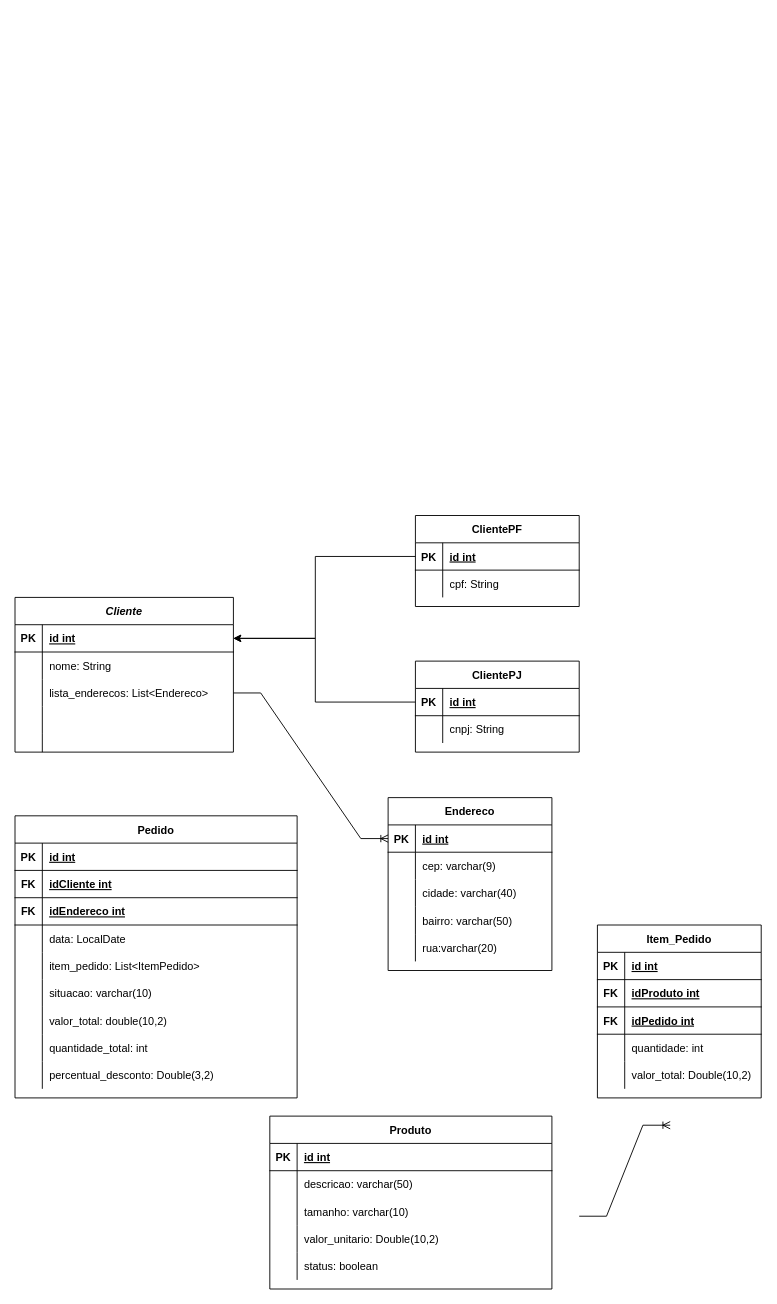
ambrosiaandrade/proway-vissemodas keeps this draw.io diagram as outros-documentos/mer_atualizado.drawio. Above is the earlier version. Source tidied: cells renumbered, new cells numbered last; positions are measured from the earlier drawing's top-left corner, leaving out a move shared by most shapes. Both pictures are drawn from the tidied source at 91%, with x=0, y=0 at pixel (15, 515).
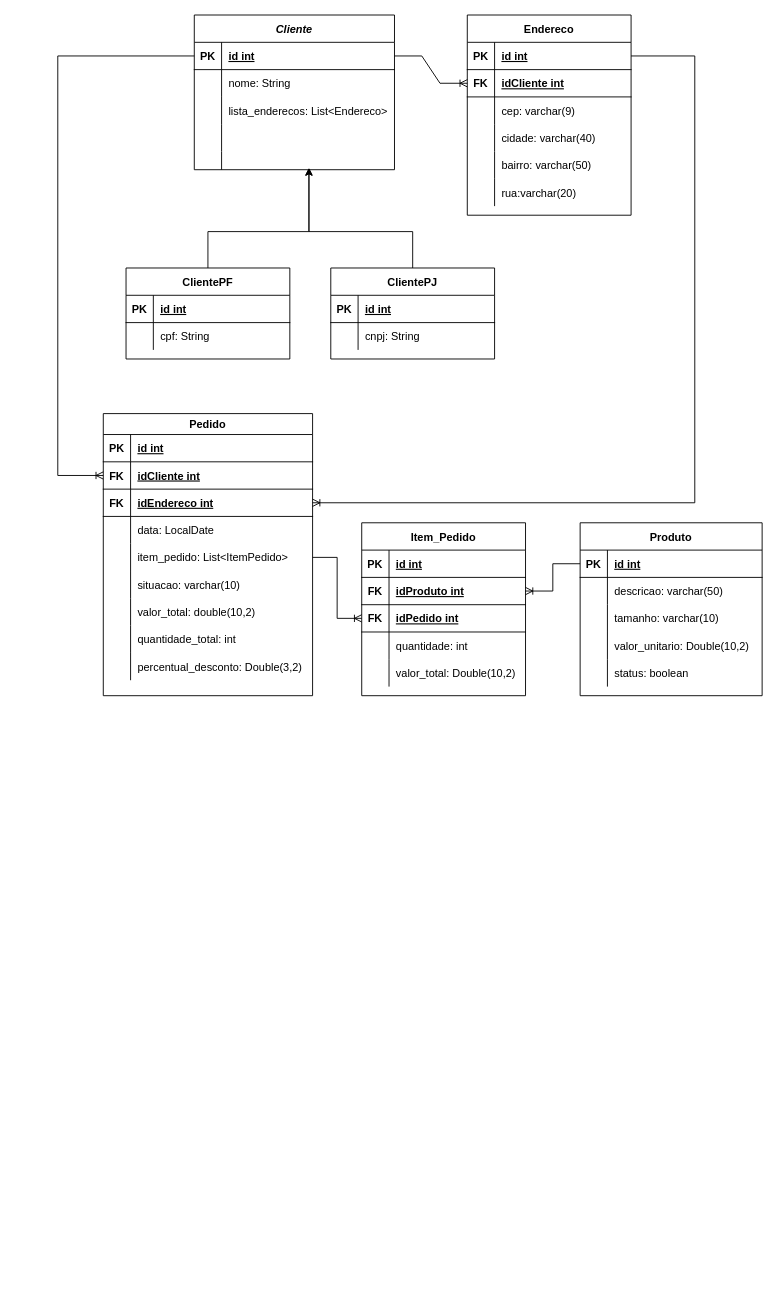
The same page after the edit.

Unchanged cells that the change refers to:
```xml
<mxCell id="50" style="shape=partialRectangle;fillColor=none;top=0;left=0;bottom=1;right=0;points=[[0,0.5],[1,0.5]];portConstraint=eastwest;" parent="46" vertex="1">
  <mxGeometry y="60" width="180" height="30" as="geometry" />
</mxCell>
<mxCell id="53" style="shape=partialRectangle;fillColor=none;top=0;left=0;bottom=1;right=0;points=[[0,0.5],[1,0.5]];portConstraint=eastwest;" parent="46" vertex="1">
  <mxGeometry y="90" width="180" height="30" as="geometry" />
</mxCell>
<mxCell id="63" style="shape=partialRectangle;fillColor=none;top=0;left=0;bottom=1;right=0;points=[[0,0.5],[1,0.5]];portConstraint=eastwest;" parent="62" vertex="1">
  <mxGeometry y="30" width="180" height="30" as="geometry" />
</mxCell>
<mxCell id="97" style="shape=partialRectangle;fillColor=none;top=0;left=0;bottom=1;right=0;points=[[0,0.5],[1,0.5]];portConstraint=eastwest;" parent="96" vertex="1">
  <mxGeometry y="30" width="180" height="30" as="geometry" />
</mxCell>
<mxCell id="104" style="shape=partialRectangle;fillColor=none;top=0;left=0;bottom=1;right=0;points=[[0,0.5],[1,0.5]];portConstraint=eastwest;" parent="103" vertex="1">
  <mxGeometry y="30" width="180" height="30" as="geometry" />
</mxCell>
```

Change to the diagram source:
```diff
@@
     <mxCell id="2" value="Produto" style="shape=table;startSize=30;childLayout=tableLayout;rowLines=0;fontStyle=1;align=center;" parent="1" vertex="1">
-      <mxGeometry x="280" y="660" width="310" height="190" as="geometry" />
+      <mxGeometry x="621" y="8" width="200" height="190" as="geometry" />
     </mxCell>
     <mxCell id="3" style="shape=partialRectangle;fillColor=none;top=0;left=0;bottom=1;right=0;points=[[0,0.5],[1,0.5]];portConstraint=eastwest;" parent="2" vertex="1">
-      <mxGeometry y="30" width="310" height="30" as="geometry" />
+      <mxGeometry y="30" width="200" height="30" as="geometry" />
     </mxCell>
@@
     <mxCell id="5" value="id int" style="shape=partialRectangle;fillColor=none;top=0;left=0;bottom=0;right=0;align=left;spacingLeft=6;fontStyle=5;overflow=hidden;" parent="3" vertex="1">
-      <mxGeometry x="30" width="280" height="30" as="geometry" />
+      <mxGeometry x="30" width="170" height="30" as="geometry" />
     </mxCell>
     <mxCell id="6" style="shape=partialRectangle;fillColor=none;top=0;left=0;bottom=0;right=0;" parent="2" vertex="1">
-      <mxGeometry y="60" width="310" height="30" as="geometry" />
+      <mxGeometry y="60" width="200" height="30" as="geometry" />
     </mxCell>
@@
     <mxCell id="8" value="descricao: varchar(50)" style="shape=partialRectangle;fillColor=none;top=0;left=0;bottom=0;right=0;align=left;spacingLeft=6;overflow=hidden;" parent="6" vertex="1">
-      <mxGeometry x="30" width="280" height="30" as="geometry" />
+      <mxGeometry x="30" width="170" height="30" as="geometry" />
     </mxCell>
     <mxCell id="9" style="shape=partialRectangle;fillColor=none;top=0;left=0;bottom=0;right=0;" parent="2" vertex="1">
-      <mxGeometry y="90" width="310" height="30" as="geometry" />
+      <mxGeometry y="90" width="200" height="30" as="geometry" />
     </mxCell>
@@
     <mxCell id="11" value="tamanho: varchar(10)" style="shape=partialRectangle;fillColor=none;top=0;left=0;bottom=0;right=0;align=left;spacingLeft=6;overflow=hidden;" parent="9" vertex="1">
-      <mxGeometry x="30" width="280" height="30" as="geometry" />
+      <mxGeometry x="30" width="170" height="30" as="geometry" />
     </mxCell>
     <mxCell id="12" style="shape=partialRectangle;fillColor=none;top=0;left=0;bottom=0;right=0;" parent="2" vertex="1">
-      <mxGeometry y="120" width="310" height="30" as="geometry" />
+      <mxGeometry y="120" width="200" height="30" as="geometry" />
     </mxCell>
@@
     <mxCell id="14" value="valor_unitario: Double(10,2)" style="shape=partialRectangle;fillColor=none;top=0;left=0;bottom=0;right=0;align=left;spacingLeft=6;overflow=hidden;" parent="12" vertex="1">
-      <mxGeometry x="30" width="280" height="30" as="geometry" />
+      <mxGeometry x="30" width="170" height="30" as="geometry" />
     </mxCell>
     <mxCell id="15" style="shape=partialRectangle;fillColor=none;top=0;left=0;bottom=0;right=0;" parent="2" vertex="1">
-      <mxGeometry y="150" width="310" height="30" as="geometry" />
+      <mxGeometry y="150" width="200" height="30" as="geometry" />
     </mxCell>
@@
     <mxCell id="17" value="status: boolean" style="shape=partialRectangle;fillColor=none;top=0;left=0;bottom=0;right=0;align=left;spacingLeft=6;overflow=hidden;" parent="15" vertex="1">
-      <mxGeometry x="30" width="280" height="30" as="geometry" />
+      <mxGeometry x="30" width="170" height="30" as="geometry" />
     </mxCell>
-    <mxCell id="18" value="Pedido" style="shape=table;startSize=30;childLayout=tableLayout;rowLines=0;fontStyle=1;align=center;" parent="1" vertex="1">
-      <mxGeometry y="330" width="310" height="310" as="geometry" />
+    <mxCell id="18" value="Pedido" style="shape=table;startSize=23;childLayout=tableLayout;rowLines=0;fontStyle=1;align=center;" parent="1" vertex="1">
+      <mxGeometry x="97" y="-112" width="230" height="310" as="geometry" />
     </mxCell>
     <mxCell id="19" style="shape=partialRectangle;fillColor=none;top=0;left=0;bottom=1;right=0;" parent="18" vertex="1">
-      <mxGeometry y="30" width="310" height="30" as="geometry" />
+      <mxGeometry y="23" width="230" height="30" as="geometry" />
     </mxCell>
@@
     <mxCell id="21" value="id int" style="shape=partialRectangle;fillColor=none;top=0;left=0;bottom=0;right=0;align=left;spacingLeft=6;fontStyle=5;overflow=hidden;" parent="19" vertex="1">
-      <mxGeometry x="30" width="280" height="30" as="geometry" />
+      <mxGeometry x="30" width="200" height="30" as="geometry" />
     </mxCell>
     <mxCell id="22" style="shape=partialRectangle;fillColor=none;top=0;left=0;bottom=1;right=0;points=[[0,0.5],[1,0.5]];portConstraint=eastwest;" parent="18" vertex="1">
-      <mxGeometry y="60" width="310" height="30" as="geometry" />
+      <mxGeometry y="53" width="230" height="30" as="geometry" />
     </mxCell>
@@
     <mxCell id="24" value="idCliente int" style="shape=partialRectangle;fillColor=none;top=0;left=0;bottom=0;right=0;align=left;spacingLeft=6;fontStyle=5;overflow=hidden;" parent="22" vertex="1">
-      <mxGeometry x="30" width="280" height="30" as="geometry" />
+      <mxGeometry x="30" width="200" height="30" as="geometry" />
     </mxCell>
     <mxCell id="25" style="shape=partialRectangle;fillColor=none;top=0;left=0;bottom=1;right=0;points=[[0,0.5],[1,0.5]];portConstraint=eastwest;" parent="18" vertex="1">
-      <mxGeometry y="90" width="310" height="30" as="geometry" />
+      <mxGeometry y="83" width="230" height="30" as="geometry" />
     </mxCell>
@@
     <mxCell id="27" value="idEndereco int" style="shape=partialRectangle;fillColor=none;top=0;left=0;bottom=0;right=0;align=left;spacingLeft=6;fontStyle=5;overflow=hidden;" parent="25" vertex="1">
-      <mxGeometry x="30" width="280" height="30" as="geometry" />
+      <mxGeometry x="30" width="200" height="30" as="geometry" />
     </mxCell>
     <mxCell id="28" style="shape=partialRectangle;fillColor=none;top=0;left=0;bottom=0;right=0;" parent="18" vertex="1">
-      <mxGeometry y="120" width="310" height="30" as="geometry" />
+      <mxGeometry y="113" width="230" height="30" as="geometry" />
     </mxCell>
@@
     <mxCell id="30" value="data: LocalDate" style="shape=partialRectangle;fillColor=none;top=0;left=0;bottom=0;right=0;align=left;spacingLeft=6;overflow=hidden;" parent="28" vertex="1">
-      <mxGeometry x="30" width="280" height="30" as="geometry" />
+      <mxGeometry x="30" width="200" height="30" as="geometry" />
     </mxCell>
     <mxCell id="31" style="shape=partialRectangle;fillColor=none;top=0;left=0;bottom=0;right=0;points=[[0,0.5],[1,0.5]];portConstraint=eastwest;" parent="18" vertex="1">
-      <mxGeometry y="150" width="310" height="30" as="geometry" />
+      <mxGeometry y="143" width="230" height="30" as="geometry" />
     </mxCell>
@@
     <mxCell id="33" value="item_pedido: List&lt;ItemPedido&gt;" style="shape=partialRectangle;fillColor=none;top=0;left=0;bottom=0;right=0;align=left;spacingLeft=6;overflow=hidden;" parent="31" vertex="1">
-      <mxGeometry x="30" width="280" height="30" as="geometry" />
+      <mxGeometry x="30" width="200" height="30" as="geometry" />
     </mxCell>
     <mxCell id="34" style="shape=partialRectangle;fillColor=none;top=0;left=0;bottom=0;right=0;" parent="18" vertex="1">
-      <mxGeometry y="180" width="310" height="30" as="geometry" />
+      <mxGeometry y="173" width="230" height="30" as="geometry" />
     </mxCell>
@@
     <mxCell id="36" value="situacao: varchar(10)" style="shape=partialRectangle;fillColor=none;top=0;left=0;bottom=0;right=0;align=left;spacingLeft=6;overflow=hidden;" parent="34" vertex="1">
-      <mxGeometry x="30" width="280" height="30" as="geometry" />
+      <mxGeometry x="30" width="200" height="30" as="geometry" />
     </mxCell>
     <mxCell id="37" style="shape=partialRectangle;fillColor=none;top=0;left=0;bottom=0;right=0;" parent="18" vertex="1">
-      <mxGeometry y="210" width="310" height="30" as="geometry" />
+      <mxGeometry y="203" width="230" height="30" as="geometry" />
     </mxCell>
@@
     <mxCell id="39" value="valor_total: double(10,2)" style="shape=partialRectangle;fillColor=none;top=0;left=0;bottom=0;right=0;align=left;spacingLeft=6;overflow=hidden;" parent="37" vertex="1">
-      <mxGeometry x="30" width="280" height="30" as="geometry" />
+      <mxGeometry x="30" width="200" height="30" as="geometry" />
     </mxCell>
     <mxCell id="40" style="shape=partialRectangle;fillColor=none;top=0;left=0;bottom=0;right=0;" parent="18" vertex="1">
-      <mxGeometry y="240" width="310" height="30" as="geometry" />
+      <mxGeometry y="233" width="230" height="30" as="geometry" />
     </mxCell>
@@
     <mxCell id="42" value="quantidade_total: int" style="shape=partialRectangle;fillColor=none;top=0;left=0;bottom=0;right=0;align=left;spacingLeft=6;overflow=hidden;" parent="40" vertex="1">
-      <mxGeometry x="30" width="280" height="30" as="geometry" />
+      <mxGeometry x="30" width="200" height="30" as="geometry" />
     </mxCell>
     <mxCell id="43" style="shape=partialRectangle;fillColor=none;top=0;left=0;bottom=0;right=0;" parent="18" vertex="1">
-      <mxGeometry y="270" width="310" height="30" as="geometry" />
+      <mxGeometry y="263" width="230" height="30" as="geometry" />
     </mxCell>
@@
     <mxCell id="45" value="percentual_desconto: Double(3,2)" style="shape=partialRectangle;fillColor=none;top=0;left=0;bottom=0;right=0;align=left;spacingLeft=6;overflow=hidden;" parent="43" vertex="1">
-      <mxGeometry x="30" width="280" height="30" as="geometry" />
+      <mxGeometry x="30" width="200" height="30" as="geometry" />
     </mxCell>
     <mxCell id="46" value="Item_Pedido" style="shape=table;startSize=30;childLayout=tableLayout;rowLines=0;fontStyle=1;align=center;" parent="1" vertex="1">
-      <mxGeometry x="640" y="450" width="180" height="190" as="geometry" />
+      <mxGeometry x="381" y="8" width="180" height="190" as="geometry" />
     </mxCell>
@@
     <mxCell id="62" value="Endereco" style="shape=table;startSize=30;childLayout=tableLayout;rowLines=0;fontStyle=1;align=center;" parent="1" vertex="1">
-      <mxGeometry x="410" y="310" width="180" height="190" as="geometry" />
+      <mxGeometry x="497" y="-550" width="180" height="220" as="geometry" />
     </mxCell>
@@
+    <mxCell id="112" style="shape=partialRectangle;fillColor=none;top=0;left=0;bottom=1;right=0;points=[[0,0.5],[1,0.5]];portConstraint=eastwest;" parent="62" vertex="1">
+      <mxGeometry y="60" width="180" height="30" as="geometry" />
+    </mxCell>
+    <mxCell id="113" value="FK" style="shape=partialRectangle;fillColor=none;top=0;left=0;bottom=0;right=0;fontStyle=1;overflow=hidden;" parent="112" vertex="1">
+      <mxGeometry width="30" height="30" as="geometry" />
+    </mxCell>
+    <mxCell id="114" value="idCliente int" style="shape=partialRectangle;fillColor=none;top=0;left=0;bottom=0;right=0;align=left;spacingLeft=6;fontStyle=5;overflow=hidden;" parent="112" vertex="1">
+      <mxGeometry x="30" width="150" height="30" as="geometry" />
+    </mxCell>
     <mxCell id="66" style="shape=partialRectangle;fillColor=none;top=0;left=0;bottom=0;right=0;" parent="62" vertex="1">
-      <mxGeometry y="60" width="180" height="30" as="geometry" />
+      <mxGeometry y="90" width="180" height="30" as="geometry" />
     </mxCell>
@@
     <mxCell id="69" style="shape=partialRectangle;fillColor=none;top=0;left=0;bottom=0;right=0;" parent="62" vertex="1">
-      <mxGeometry y="90" width="180" height="30" as="geometry" />
+      <mxGeometry y="120" width="180" height="30" as="geometry" />
     </mxCell>
@@
     <mxCell id="72" style="shape=partialRectangle;fillColor=none;top=0;left=0;bottom=0;right=0;" parent="62" vertex="1">
-      <mxGeometry y="120" width="180" height="30" as="geometry" />
+      <mxGeometry y="150" width="180" height="30" as="geometry" />
     </mxCell>
@@
     <mxCell id="75" style="shape=partialRectangle;fillColor=none;top=0;left=0;bottom=0;right=0;" parent="62" vertex="1">
-      <mxGeometry y="150" width="180" height="30" as="geometry" />
+      <mxGeometry y="180" width="180" height="30" as="geometry" />
     </mxCell>
@@
     <mxCell id="78" value="Cliente" style="shape=table;startSize=30;childLayout=tableLayout;rowLines=0;fontStyle=3;align=center;" parent="1" vertex="1">
-      <mxGeometry y="90" width="240" height="170" as="geometry" />
+      <mxGeometry x="197" y="-550" width="220" height="170" as="geometry" />
     </mxCell>
     <mxCell id="79" style="shape=partialRectangle;fillColor=none;top=0;left=0;bottom=1;right=0;points=[[0,0.5],[1,0.5]];portConstraint=eastwest;" parent="78" vertex="1">
-      <mxGeometry y="30" width="240" height="30" as="geometry" />
+      <mxGeometry y="30" width="220" height="30" as="geometry" />
     </mxCell>
@@
     <mxCell id="81" value="id int" style="shape=partialRectangle;fillColor=none;top=0;left=0;bottom=0;right=0;align=left;spacingLeft=6;fontStyle=5;overflow=hidden;" parent="79" vertex="1">
-      <mxGeometry x="30" width="210" height="30" as="geometry" />
+      <mxGeometry x="30" width="190" height="30" as="geometry" />
     </mxCell>
     <mxCell id="82" style="shape=partialRectangle;fillColor=none;top=0;left=0;bottom=0;right=0;" parent="78" vertex="1">
-      <mxGeometry y="60" width="240" height="30" as="geometry" />
+      <mxGeometry y="60" width="220" height="30" as="geometry" />
     </mxCell>
@@
     <mxCell id="84" value="nome: String" style="shape=partialRectangle;fillColor=none;top=0;left=0;bottom=0;right=0;align=left;spacingLeft=6;overflow=hidden;" parent="82" vertex="1">
-      <mxGeometry x="30" width="210" height="30" as="geometry" />
+      <mxGeometry x="30" width="190" height="30" as="geometry" />
     </mxCell>
     <mxCell id="85" style="shape=partialRectangle;fillColor=none;top=0;left=0;bottom=0;right=0;points=[[0,0.5],[1,0.5]];portConstraint=eastwest;" parent="78" vertex="1">
-      <mxGeometry y="90" width="240" height="30" as="geometry" />
+      <mxGeometry y="90" width="220" height="30" as="geometry" />
     </mxCell>
@@
     <mxCell id="87" value="lista_enderecos: List&lt;Endereco&gt;" style="shape=partialRectangle;fillColor=none;top=0;left=0;bottom=0;right=0;align=left;spacingLeft=6;overflow=hidden;" parent="85" vertex="1">
-      <mxGeometry x="30" width="210" height="30" as="geometry" />
+      <mxGeometry x="30" width="190" height="30" as="geometry" />
     </mxCell>
     <mxCell id="88" style="shape=partialRectangle;fillColor=none;top=0;left=0;bottom=0;right=0;" parent="78" vertex="1">
-      <mxGeometry y="120" width="240" height="30" as="geometry" />
+      <mxGeometry y="120" width="220" height="30" as="geometry" />
     </mxCell>
@@
     <mxCell id="90" style="shape=partialRectangle;fillColor=none;top=0;left=0;bottom=0;right=0;align=left;spacingLeft=6;overflow=hidden;" parent="88" vertex="1">
-      <mxGeometry x="30" width="210" height="30" as="geometry" />
+      <mxGeometry x="30" width="190" height="30" as="geometry" />
     </mxCell>
     <mxCell id="91" style="shape=partialRectangle;fillColor=none;top=0;left=0;bottom=0;right=0;" parent="78" vertex="1">
-      <mxGeometry y="150" width="240" height="20" as="geometry" />
+      <mxGeometry y="150" width="220" height="20" as="geometry" />
     </mxCell>
@@
     <mxCell id="93" style="shape=partialRectangle;fillColor=none;top=0;left=0;bottom=0;right=0;align=left;spacingLeft=6;overflow=hidden;" parent="91" vertex="1">
-      <mxGeometry x="30" width="210" height="20" as="geometry" />
+      <mxGeometry x="30" width="190" height="20" as="geometry" />
     </mxCell>
-    <mxCell id="94" style="endArrow=classic;html=1;rounded=0;elbow=vertical;exitX=0;exitY=0.5;exitDx=0;exitDy=0;entryX=1;entryY=0.5;entryDx=0;entryDy=0;" parent="1" edge="1" source="104" target="79">
+    <mxCell id="94" style="endArrow=classic;html=1;rounded=0;edgeStyle=elbowEdgeStyle;elbow=vertical;exitX=0.5;exitY=0;exitDx=0;exitDy=0;" parent="1" edge="1" source="96">
       <mxGeometry relative="1" as="geometry">
+        <mxPoint x="323" y="-382" as="targetPoint" />
         <Array as="points">
-          <mxPoint x="330" y="205" />
-          <mxPoint x="330" y="135" />
+          <mxPoint x="277" y="-312" />
+          <mxPoint x="267" y="-312" />
         </Array>
       </mxGeometry>
     </mxCell>
-    <mxCell id="95" style="endArrow=classic;html=1;rounded=0;elbow=vertical;exitX=0;exitY=0.5;exitDx=0;exitDy=0;entryX=1;entryY=0.5;entryDx=0;entryDy=0;" parent="1" edge="1" source="97" target="79">
+    <mxCell id="95" style="endArrow=classic;html=1;rounded=0;edgeStyle=elbowEdgeStyle;elbow=vertical;exitX=0.5;exitY=0;exitDx=0;exitDy=0;" parent="1" edge="1" source="103">
       <mxGeometry relative="1" as="geometry">
+        <mxPoint x="323" y="-382" as="targetPoint" />
         <Array as="points">
-          <mxPoint x="330" y="45" />
-          <mxPoint x="330" y="135" />
+          <mxPoint x="377" y="-312" />
         </Array>
       </mxGeometry>
     </mxCell>
     <mxCell id="96" value="ClientePF" style="shape=table;startSize=30;childLayout=tableLayout;rowLines=0;fontStyle=1;align=center;" parent="1" vertex="1">
-      <mxGeometry x="440" width="180" height="100" as="geometry" />
+      <mxGeometry x="122" y="-272" width="180" height="100" as="geometry" />
     </mxCell>
@@
     <mxCell id="103" value="ClientePJ" style="shape=table;startSize=30;childLayout=tableLayout;rowLines=0;fontStyle=1;align=center;" parent="1" vertex="1">
-      <mxGeometry x="440" y="160" width="180" height="100" as="geometry" />
+      <mxGeometry x="347" y="-272" width="180" height="100" as="geometry" />
     </mxCell>
@@
-    <mxCell id="110" style="edgeStyle=entityRelationEdgeStyle;fontSize=12;html=1;endArrow=ERoneToMany;rounded=0;entryX=0;entryY=0.5;entryDx=0;entryDy=0;exitX=1;exitY=0.5;exitDx=0;exitDy=0;" parent="1" edge="1" source="85" target="63">
-      <mxGeometry relative="1" as="geometry" />
-    </mxCell>
-    <mxCell id="111" style="edgeStyle=entityRelationEdgeStyle;fontSize=12;html=1;endArrow=ERoneToMany;rounded=0;" parent="1" edge="1">
-      <mxGeometry relative="1" as="geometry">
-        <mxPoint x="620" y="770" as="sourcePoint" />
-        <mxPoint x="720" y="670" as="targetPoint" />
-      </mxGeometry>
-    </mxCell>
+    <mxCell id="115" style="edgeStyle=elbowEdgeStyle;fontSize=12;html=1;endArrow=ERoneToMany;rounded=0;exitX=0;exitY=0.5;exitDx=0;exitDy=0;elbow=vertical;entryX=0;entryY=0.5;entryDx=0;entryDy=0;" parent="1" edge="1" source="79" target="22">
+      <mxGeometry relative="1" as="geometry">
+        <Array as="points">
+          <mxPoint x="47" y="-72" />
+          <mxPoint x="157" y="-172" />
+          <mxPoint x="77" y="-92" />
+          <mxPoint x="147" y="-367" />
+          <mxPoint x="157" y="-312" />
+          <mxPoint x="107" y="-272" />
+          <mxPoint x="167" y="-222" />
+        </Array>
+      </mxGeometry>
+    </mxCell>
+    <mxCell id="116" style="edgeStyle=elbowEdgeStyle;fontSize=12;html=1;endArrow=ERoneToMany;rounded=0;entryX=1;entryY=0.5;entryDx=0;entryDy=0;exitX=1;exitY=0.5;exitDx=0;exitDy=0;" parent="1" edge="1" source="63" target="25">
+      <mxGeometry relative="1" as="geometry">
+        <Array as="points">
+          <mxPoint x="747" y="-222" />
+          <mxPoint x="587" y="-2" />
+        </Array>
+      </mxGeometry>
+    </mxCell>
+    <mxCell id="117" style="edgeStyle=elbowEdgeStyle;fontSize=12;html=1;endArrow=ERoneToMany;rounded=0;exitX=1;exitY=0.5;exitDx=0;exitDy=0;" parent="1" edge="1" source="31" target="53">
+      <mxGeometry relative="1" as="geometry" />
+    </mxCell>
+    <mxCell id="118" style="edgeStyle=entityRelationEdgeStyle;fontSize=12;html=1;endArrow=ERoneToMany;rounded=0;entryX=1;entryY=0.5;entryDx=0;entryDy=0;exitX=0;exitY=0.5;exitDx=0;exitDy=0;" parent="1" edge="1" source="3" target="50">
+      <mxGeometry relative="1" as="geometry" />
+    </mxCell>
+    <mxCell id="119" style="edgeStyle=entityRelationEdgeStyle;fontSize=12;html=1;endArrow=ERoneToMany;rounded=0;exitX=1;exitY=0.5;exitDx=0;exitDy=0;" parent="1" edge="1" source="79" target="112">
+      <mxGeometry relative="1" as="geometry" />
+    </mxCell>
```
